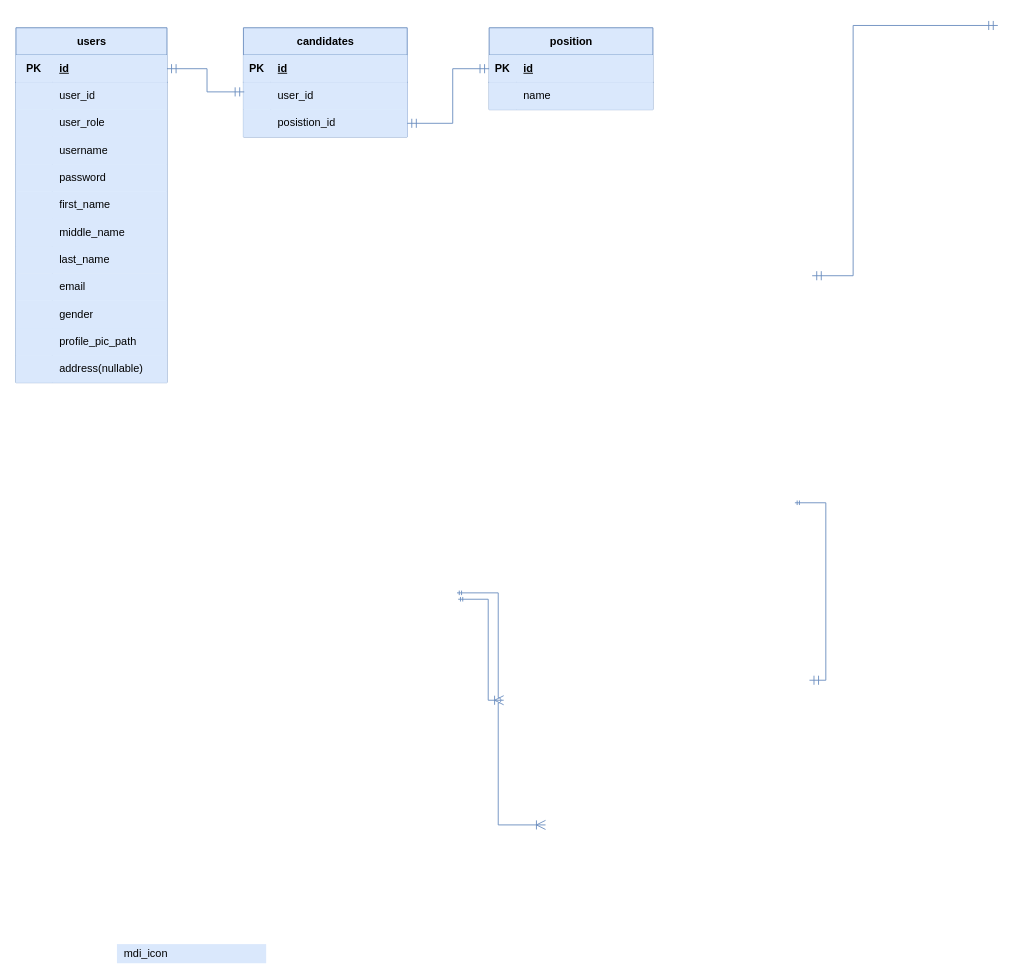
Above: Documentation/ERD/template.drawio in DanerisMendoza/voting-blockchain (draw.io), before the change. Source tidied: cells renumbered, new cells numbered last; positions are measured from the earlier drawing's top-left corner, leaving out a move shared by most shapes. Both pictures are drawn from the tidied source at 91%, with x=0, y=0 at pixel (15, 25).
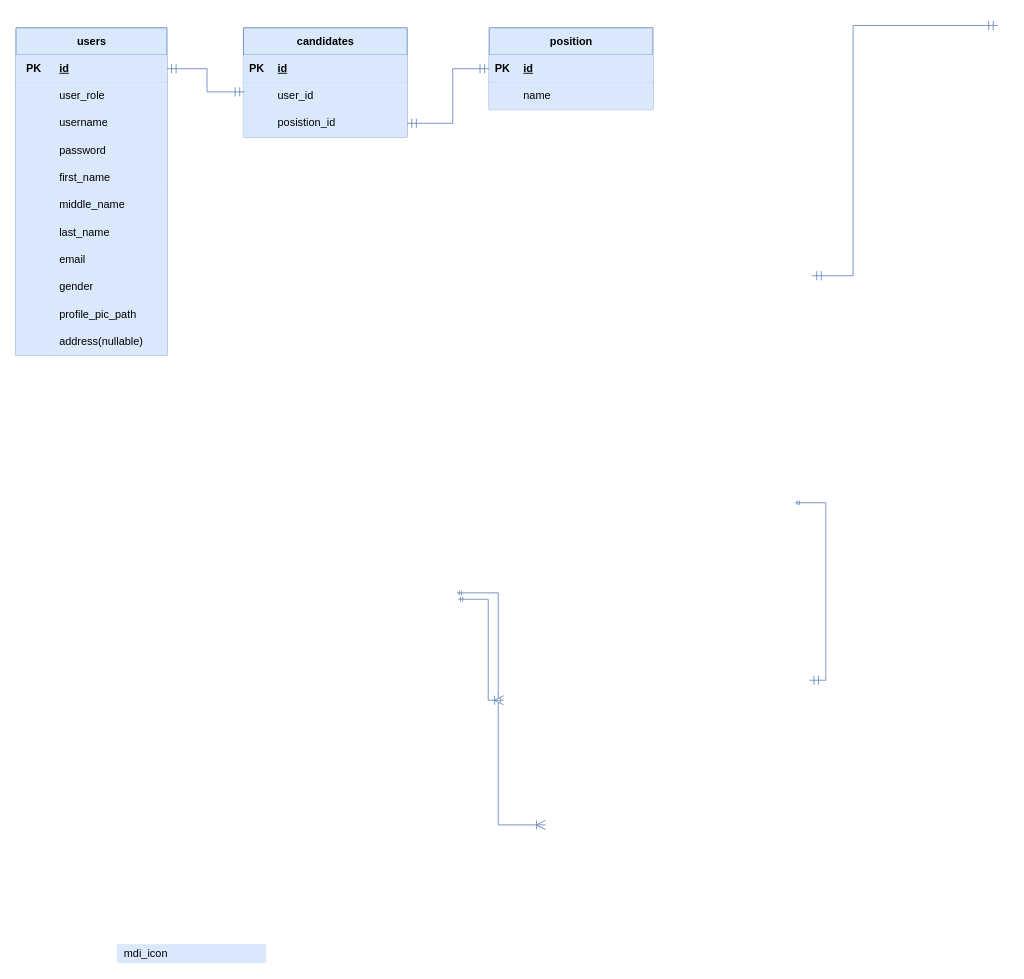
After the change.

What changed in the source:
```diff
@@
     <mxCell id="12" value="users" style="shape=table;startSize=30;childLayout=tableLayout;rowLines=0;fontStyle=1;align=center;html=1;fillColor=#dae8fc;strokeColor=#6c8ebf;shadow=0;swimlaneLine=1;" parent="1" vertex="1">
-      <mxGeometry y="2" width="166" height="390" as="geometry" />
+      <mxGeometry y="2" width="166" height="360" as="geometry" />
     </mxCell>
@@
-    <mxCell id="16" style="shape=tableRow;horizontal=0;startSize=0;swimlaneHead=0;swimlaneBody=0;fillColor=#dae8fc;top=0;left=0;right=0;bottom=0;strokeColor=#6c8ebf;shadow=0;swimlaneLine=1;" parent="12" vertex="1">
-      <mxGeometry y="60" width="166" height="30" as="geometry" />
-    </mxCell>
-    <mxCell id="17" style="shape=partialRectangle;fillColor=#dae8fc;top=0;left=0;bottom=0;right=0;overflow=hidden;whiteSpace=wrap;html=1;strokeColor=#6c8ebf;shadow=0;swimlaneLine=1;" parent="16" vertex="1">
-      <mxGeometry width="40" height="30" as="geometry" />
-    </mxCell>
-    <mxCell id="18" value="user_id" style="shape=partialRectangle;fillColor=#dae8fc;top=0;left=0;bottom=0;right=0;align=left;spacingLeft=6;overflow=hidden;whiteSpace=wrap;html=1;strokeColor=#6c8ebf;shadow=0;swimlaneLine=1;" parent="16" vertex="1">
-      <mxGeometry x="40" width="126" height="30" as="geometry" />
-    </mxCell>
     <mxCell id="19" style="shape=tableRow;horizontal=0;startSize=0;swimlaneHead=0;swimlaneBody=0;fillColor=#dae8fc;top=0;left=0;right=0;bottom=0;strokeColor=#6c8ebf;shadow=0;swimlaneLine=1;" parent="12" vertex="1">
-      <mxGeometry y="90" width="166" height="30" as="geometry" />
+      <mxGeometry y="60" width="166" height="30" as="geometry" />
     </mxCell>
@@
     <mxCell id="22" style="shape=tableRow;horizontal=0;startSize=0;swimlaneHead=0;swimlaneBody=0;fillColor=#dae8fc;top=0;left=0;right=0;bottom=0;strokeColor=#6c8ebf;shadow=0;swimlaneLine=1;" parent="12" vertex="1">
-      <mxGeometry y="120" width="166" height="30" as="geometry" />
+      <mxGeometry y="90" width="166" height="30" as="geometry" />
     </mxCell>
@@
     <mxCell id="25" style="shape=tableRow;horizontal=0;startSize=0;swimlaneHead=0;swimlaneBody=0;fillColor=#dae8fc;top=0;left=0;right=0;bottom=0;strokeColor=#6c8ebf;shadow=0;swimlaneLine=1;" parent="12" vertex="1">
-      <mxGeometry y="150" width="166" height="30" as="geometry" />
+      <mxGeometry y="120" width="166" height="30" as="geometry" />
     </mxCell>
@@
     <mxCell id="28" style="shape=tableRow;horizontal=0;startSize=0;swimlaneHead=0;swimlaneBody=0;fillColor=#dae8fc;top=0;left=0;right=0;bottom=0;strokeColor=#6c8ebf;shadow=0;swimlaneLine=1;" parent="12" vertex="1">
-      <mxGeometry y="180" width="166" height="30" as="geometry" />
+      <mxGeometry y="150" width="166" height="30" as="geometry" />
     </mxCell>
@@
     <mxCell id="31" style="shape=tableRow;horizontal=0;startSize=0;swimlaneHead=0;swimlaneBody=0;fillColor=#dae8fc;top=0;left=0;right=0;bottom=0;strokeColor=#6c8ebf;shadow=0;swimlaneLine=1;" parent="12" vertex="1">
-      <mxGeometry y="210" width="166" height="30" as="geometry" />
+      <mxGeometry y="180" width="166" height="30" as="geometry" />
     </mxCell>
@@
     <mxCell id="34" style="shape=tableRow;horizontal=0;startSize=0;swimlaneHead=0;swimlaneBody=0;fillColor=#dae8fc;top=0;left=0;right=0;bottom=0;strokeColor=#6c8ebf;shadow=0;swimlaneLine=1;" parent="12" vertex="1">
-      <mxGeometry y="240" width="166" height="30" as="geometry" />
+      <mxGeometry y="210" width="166" height="30" as="geometry" />
     </mxCell>
@@
     <mxCell id="37" style="shape=tableRow;horizontal=0;startSize=0;swimlaneHead=0;swimlaneBody=0;fillColor=#dae8fc;top=0;left=0;right=0;bottom=0;strokeColor=#6c8ebf;shadow=0;swimlaneLine=1;" parent="12" vertex="1">
-      <mxGeometry y="270" width="166" height="30" as="geometry" />
+      <mxGeometry y="240" width="166" height="30" as="geometry" />
     </mxCell>
@@
     <mxCell id="40" style="shape=tableRow;horizontal=0;startSize=0;swimlaneHead=0;swimlaneBody=0;fillColor=#dae8fc;top=0;left=0;right=0;bottom=0;strokeColor=#6c8ebf;shadow=0;swimlaneLine=1;" parent="12" vertex="1">
-      <mxGeometry y="300" width="166" height="30" as="geometry" />
+      <mxGeometry y="270" width="166" height="30" as="geometry" />
     </mxCell>
@@
     <mxCell id="43" style="shape=tableRow;horizontal=0;startSize=0;swimlaneHead=0;swimlaneBody=0;fillColor=#dae8fc;top=0;left=0;right=0;bottom=0;strokeColor=#6c8ebf;shadow=0;swimlaneLine=1;" parent="12" vertex="1">
-      <mxGeometry y="330" width="166" height="30" as="geometry" />
+      <mxGeometry y="300" width="166" height="30" as="geometry" />
     </mxCell>
@@
     <mxCell id="46" style="shape=tableRow;horizontal=0;startSize=0;swimlaneHead=0;swimlaneBody=0;fillColor=#dae8fc;top=0;left=0;right=0;bottom=0;strokeColor=#6c8ebf;shadow=0;swimlaneLine=1;" parent="12" vertex="1">
-      <mxGeometry y="360" width="166" height="30" as="geometry" />
+      <mxGeometry y="330" width="166" height="30" as="geometry" />
     </mxCell>
```
